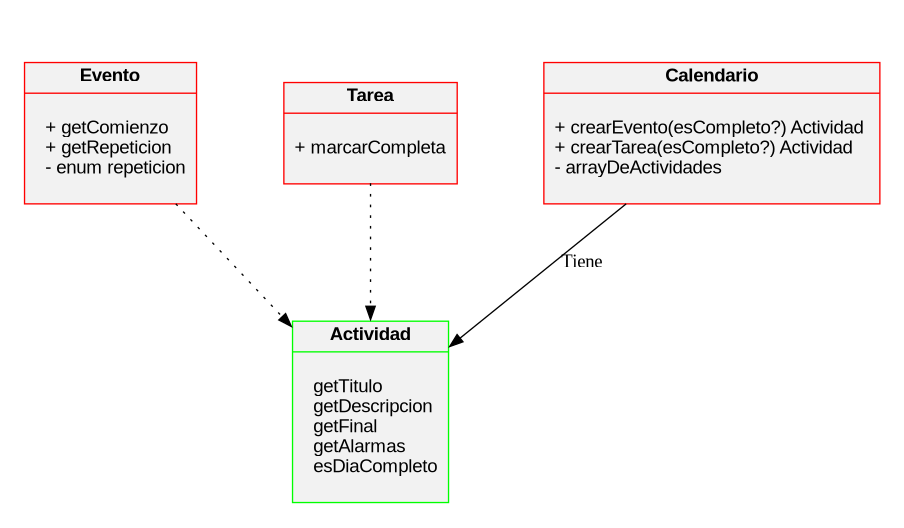
Earlier version of the Graphviz export Diagrama/diagramaClases.png (Java-Supremacists/TP1-Calendario). Its source is kept beside it as Diagrama/diagramaClases.dot.
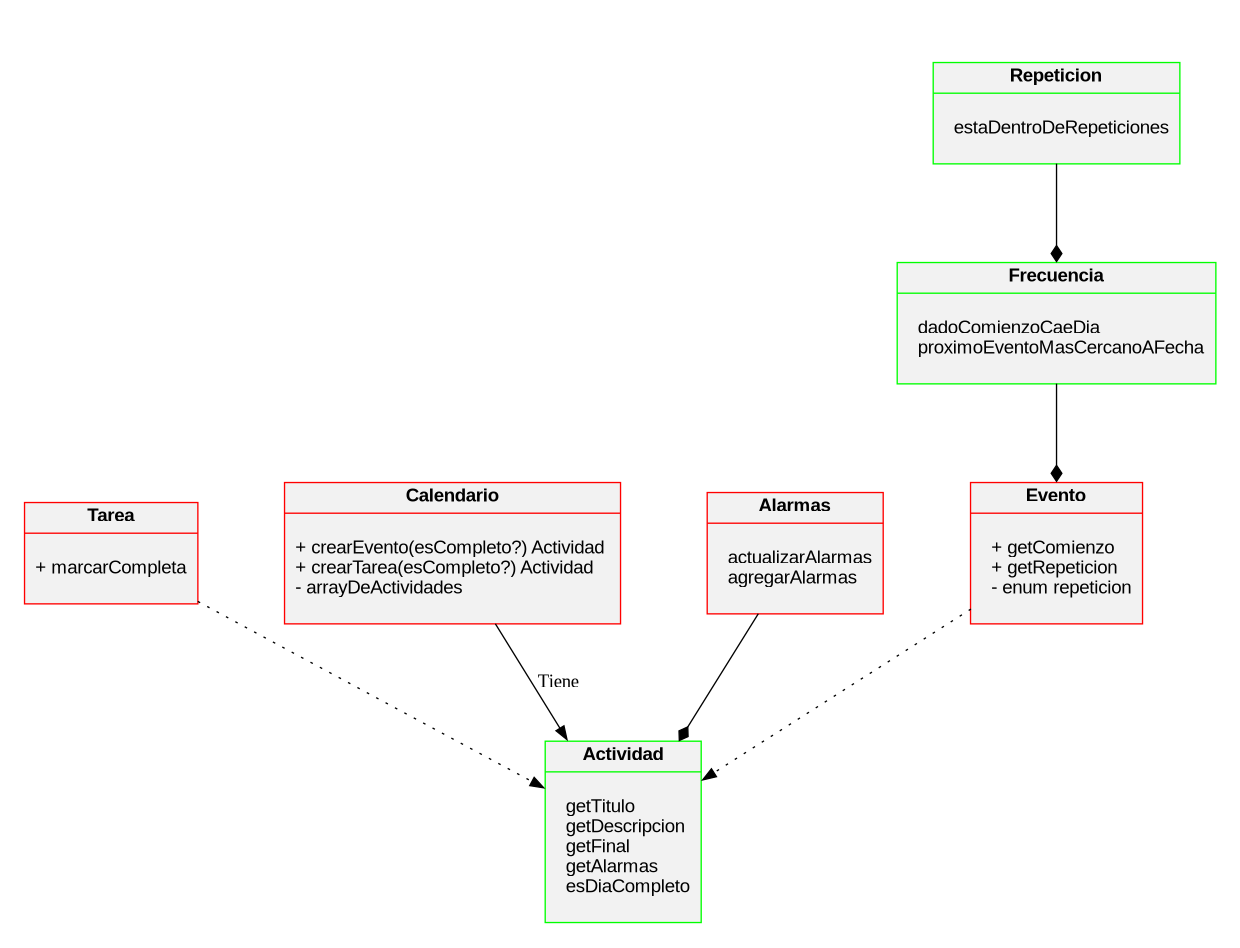
Above is the later version.

Commit message:
Actualizo UML, de paso repaso :O. Me salio un verso sin esfuerzo

What changed in the source:
```diff
@@ -59,153 +59,40 @@
   		<br align="left"/>}>]
 	actividad [comment = "green"]
 
+	frecuencia [color = "green"]//interfaz
+	frecuencia[label = <{
+  		<b>Frecuencia</b>|
+  		<br align="left"/>
+  		dadoComienzoCaeDia<br align="left"/>
+  		proximoEventoMasCercanoAFecha<br align="left"/>
+  		<br align="left"/>}>]
+
+	repeticion [color = "green"]//interfaz
+	repeticion[label = <{
+  		<b>Repeticion</b>|
+  		<br align="left"/>
+  		estaDentroDeRepeticiones<br align="left"/>
+  		<br align="left"/>}>]
+
+	alarmas [color = "red"]//interfaz
+	alarmas[label = <{
+  		<b>Alarmas</b>|
+  		<br align="left"/>
+  		actualizarAlarmas<br align="left"/>
+  		agregarAlarmas<br align="left"/>
+  		<br align="left"/>}>]
+
 	evento -> actividad [style = dotted]
   	tarea -> actividad [style = dotted]
   	calendario -> actividad [label = "Tiene"]
 
+	frecuencia -> evento [arrowhead = diamond]
+
+	repeticion -> frecuencia [arrowhead = diamond]
+
+
+	alarmas -> actividad [arrowhead = diamond]
+
 
 
 }
-
-
-/* digraph UML_Class_diagram { */
-/* 	graph [ */
-/* 		label="UML Class diagram demo" */
-/* 		labelloc="t" */
-/* 		fontname="Helvetica,Arial,sans-serif" */
-/* 	] */
-/* 	node [ */
-/* 		fontname="Helvetica,Arial,sans-serif" */
-/* 		shape=record */
-/* 		style=filled */
-/* 		fillcolor=gray95 */
-/* 	] */
-/* 	edge [fontname="Helvetica,Arial,sans-serif"] */
-/* 	edge [arrowhead=vee style=dashed] */
-/* 	Client -> Interface1 [label=dependency] */
-/* 	Client -> Interface2 */
-
-/* 	edge [dir=back arrowtail=empty style=""] */
-/* 	Interface1 -> Class1 [xlabel=inheritance] */
-/* 	Interface2 -> Class1 [dir=none] */
-/* 	Interface2 [label="" xlabel="Simple\ninterface" shape=circle] */
-
-/* 	Interface1[label = <{<b>«interface» I/O</b> | + property<br align="left"/>...<br align="left"/>|+ method<br align="left"/>...<br align="left"/>}>] */
-/* 	Class1[label = <{<b>I/O class</b> | + property<br align="left"/>...<br align="left"/>|+ method<br align="left"/>...<br align="left"/>}>] */
-/* 	edge [dir=back arrowtail=empty style=dashed] */
-/* 	Class1 -> System_1 [label=implementation] */
-/* 	System_1 [ */
-/* 		shape=plain */
-/* 		label=<<table border="0" cellborder="1" cellspacing="0" cellpadding="4"> */
-/* 			<tr> <td> <b>System</b> </td> </tr> */
-/* 			<tr> <td> */
-/* 				<table border="0" cellborder="0" cellspacing="0" > */
-/* 					<tr> <td align="left" >+ property</td> </tr> */
-/* 					<tr> <td port="ss1" align="left" >- Subsystem 1</td> </tr> */
-/* 					<tr> <td port="ss2" align="left" >- Subsystem 2</td> </tr> */
-/* 					<tr> <td port="ss3" align="left" >- Subsystem 3</td> </tr> */
-/* 					<tr> <td align="left">...</td> </tr> */
-/* 				</table> */
-/* 			</td> </tr> */
-/* 			<tr> <td align="left">+ method<br/>...<br align="left"/></td> </tr> */
-/* 		</table>> */
-/* 	] */
-
-/* 	edge [dir=back arrowtail=diamond] */
-/* 	System_1:ss1 -> Subsystem_1 [xlabel="composition"] */
-
-/* 	Subsystem_1 [ */
-/* 		shape=plain */
-/* 		label=<<table border="0" cellborder="1" cellspacing="0" cellpadding="4"> */
-/* 			<tr> <td> <b>Subsystem 1</b> </td> </tr> */
-/* 			<tr> <td> */
-/* 				<table border="0" cellborder="0" cellspacing="0" > */
-/* 					<tr> <td align="left">+ property</td> </tr> */
-/* 					<tr> <td align="left" port="r1">- resource</td> </tr> */
-/* 					<tr> <td align="left">...</td> </tr> */
-/* 				</table> */
-/* 				</td> </tr> */
-/* 			<tr> <td align="left"> */
-/* 				+ method<br/> */
-/* 				...<br align="left"/> */
-/* 			</td> </tr> */
-/* 		</table>> */
-/* 	] */
-/* 	Subsystem_2 [ */
-/* 		shape=plain */
-/* 		label=<<table border="0" cellborder="1" cellspacing="0" cellpadding="4"> */
-/* 			<tr> <td> <b>Subsystem 2</b> </td> </tr> */
-/* 			<tr> <td> */
-/* 				<table align="left" border="0" cellborder="0" cellspacing="0" > */
-/* 					<tr> <td align="left">+ property</td> </tr> */
-/* 					<tr> <td align="left" port="r1">- resource</td> </tr> */
-/* 					<tr> <td align="left">...</td> </tr> */
-/* 				</table> */
-/* 				</td> </tr> */
-/* 			<tr> <td align="left"> */
-/* 				+ method<br/> */
-/* 				...<br align="left"/> */
-/* 			</td> </tr> */
-/* 		</table>> */
-/* 	] */
-/* 	Subsystem_3 [ */
-/* 		shape=plain */
-/* 		label=<<table border="0" cellborder="1" cellspacing="0" cellpadding="4"> */
-/* 			<tr> <td> <b>Subsystem 3</b> </td> </tr> */
-/* 			<tr> <td> */
-/* 				<table border="0" cellborder="0" cellspacing="0" > */
-/* 					<tr> <td align="left">+ property</td> </tr> */
-/* 					<tr> <td align="left" port="r1">- resource</td> </tr> */
-/* 					<tr> <td align="left">...</td> </tr> */
-/* 				</table> */
-/* 				</td> </tr> */
-/* 			<tr> <td align="left"> */
-/* 				+ method<br/> */
-/* 				...<br align="left"/> */
-/* 			</td> </tr> */
-/* 		</table>> */
-/* 	] */
-/* 	System_1:ss2 -> Subsystem_2; */
-/* 	System_1:ss3 -> Subsystem_3; */
-
-/* 	edge [xdir=back arrowtail=odiamond] */
-/* 	Subsystem_1:r1 -> "Shared resource" [label=aggregation] */
-/* 	Subsystem_2:r1 -> "Shared resource" */
-/* 	Subsystem_3:r1 -> "Shared resource" */
-/* 	"Shared resource" [ */
-/* 		label = <{ */
-/* 			<b>Shared resource</b> */
-/* 			| */
-/* 				+ property<br align="left"/> */
-/* 				...<br align="left"/> */
-/* 			| */
-/* 				+ method<br align="left"/> */
-/* 				...<br align="left"/> */
-/* 			}> */
-/* 	] */
-/* } */
-
-
-
-
-
-
-
-
-
-
-
-
-
-
-/* public Evento(titulo, descripcion, esCompleto, Comienzo, Final, Alarmas) { */
-
-/* 	this.titulo = titulo */
-/* 	this.descripcion = descripcion */
-/* 	this.esCompleto = esCompleto */
-/* 	if this.esCompleto == True { */
-/* 		this.Comienzo = (el dia que pasate a las 00) */
-/* 	} */
-/* 	this.Comienzo = Comienzo */
-
-/* } */
```
